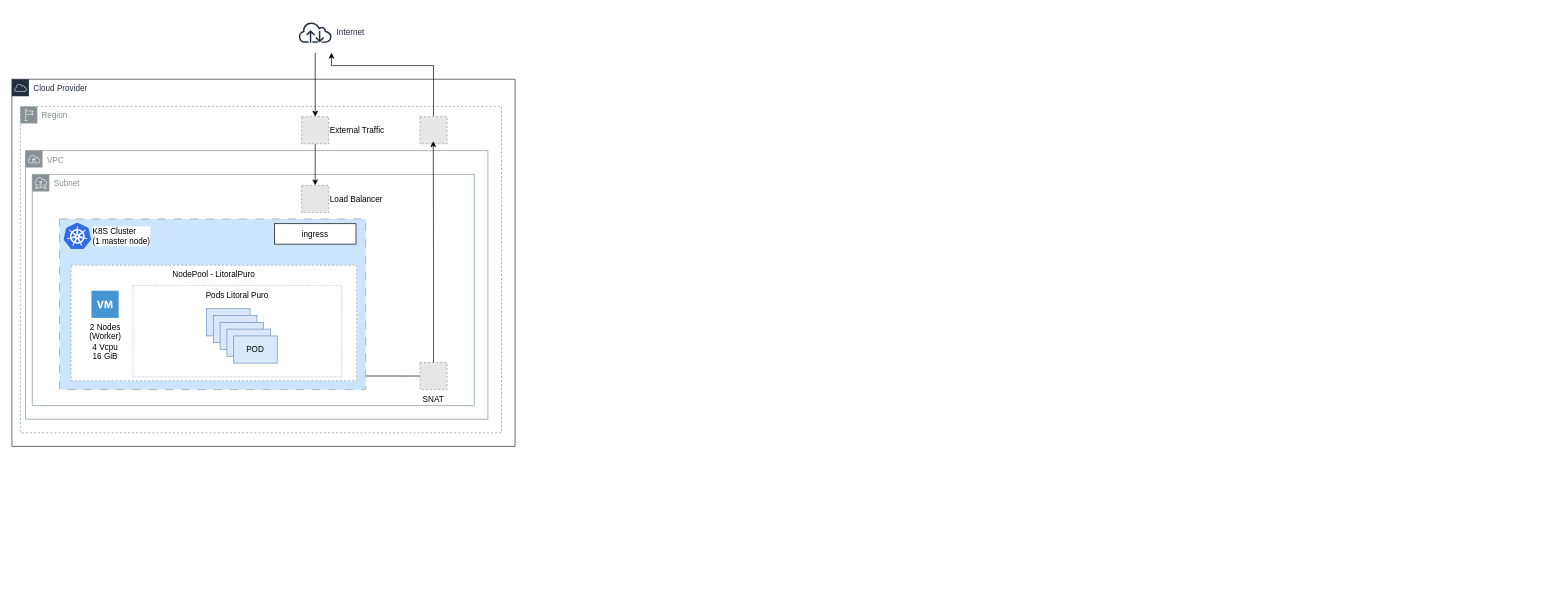
Above: page "Arquitetura" (1 of 3) of src/drawio/Arquitetura.drawio in Hatz-D/Litoral-Puro-RJ (draw.io), before the change. Source tidied: cells renumbered, new cells numbered last; positions are measured from the earlier drawing's top-left corner, leaving out a move shared by most shapes. Both pictures are drawn from the tidied source at 68%, with x=0, y=0 at pixel (12, 12). Pictures stored in the file or linked from it are replaced by grey dashed boxes.
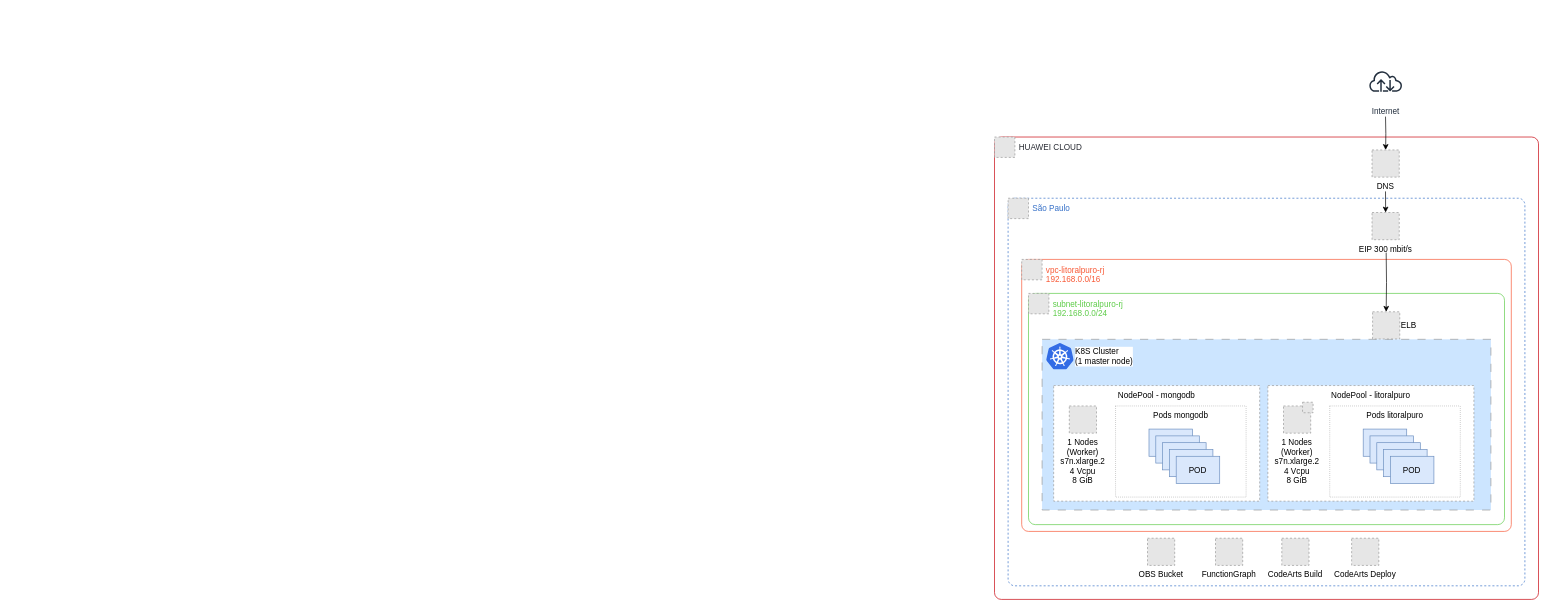
The same page after the edit.

Diff of the diagram source:
```diff
@@
-    <mxCell id="2" value="Region" style="sketch=0;gradientColor=none;html=1;whiteSpace=wrap;fontSize=12;fontStyle=0;shape=mxgraph.aws4.group;grIcon=mxgraph.aws4.group_region;strokeColor=#879196;fillColor=none;verticalAlign=top;align=left;spacingLeft=30;fontColor=#879196;dashed=1;" parent="1" vertex="1">
-      <mxGeometry x="12.4" y="139" width="707.6" height="480" as="geometry" />
-    </mxCell>
-    <mxCell id="3" value="Cloud Provider" style="gradientColor=none;html=1;whiteSpace=wrap;fontSize=12;fontStyle=0;shape=mxgraph.aws4.group;grIcon=mxgraph.aws4.group_aws_cloud;strokeColor=#232F3E;fillColor=none;verticalAlign=top;align=left;spacingLeft=30;fontColor=#232F3E;dashed=0;" parent="1" vertex="1">
-      <mxGeometry y="99" width="740" height="540" as="geometry" />
-    </mxCell>
-    <mxCell id="4" value="VPC" style="sketch=0;gradientColor=none;html=1;whiteSpace=wrap;fontSize=12;fontStyle=0;shape=mxgraph.aws4.group;grIcon=mxgraph.aws4.group_vpc;strokeColor=#879196;fillColor=none;verticalAlign=top;align=left;spacingLeft=30;fontColor=#879196;dashed=0;" parent="1" vertex="1">
-      <mxGeometry x="20" y="204" width="680" height="395" as="geometry" />
-    </mxCell>
-    <mxCell id="5" value="Subnet" style="sketch=0;gradientColor=none;html=1;whiteSpace=wrap;fontSize=12;fontStyle=0;shape=mxgraph.aws4.group;grIcon=mxgraph.aws4.group_subnet;strokeColor=#879196;fillColor=none;verticalAlign=top;align=left;spacingLeft=30;fontColor=#879196;dashed=0;" parent="1" vertex="1">
-      <mxGeometry x="30" y="239" width="650" height="340" as="geometry" />
-    </mxCell>
-    <mxCell id="6" style="rounded=0;whiteSpace=wrap;html=1;dashed=1;strokeColor=#999999;verticalAlign=top;dashPattern=12 12;fillColor=#CCE5FF;" parent="1" vertex="1">
-      <mxGeometry x="70" y="304.5" width="450.2" height="251" as="geometry" />
-    </mxCell>
-    <mxCell id="7" value="ingress" style="rounded=0;whiteSpace=wrap;html=1;" parent="1" vertex="1">
-      <mxGeometry x="386" y="311.5" width="120" height="30" as="geometry" />
-    </mxCell>
-    <mxCell id="8" value="NodePool - LitoralPuro" style="rounded=0;whiteSpace=wrap;html=1;dashed=1;strokeColor=#999999;verticalAlign=top;" parent="1" vertex="1">
-      <mxGeometry x="87" y="372.5" width="420.2" height="170" as="geometry" />
-    </mxCell>
-    <mxCell id="9" value="Pods Litoral Puro" style="rounded=0;whiteSpace=wrap;html=1;dashed=1;strokeColor=#999999;verticalAlign=top;dashPattern=1 2;" parent="1" vertex="1">
-      <mxGeometry x="178" y="402.5" width="307.2" height="134" as="geometry" />
-    </mxCell>
-    <mxCell id="10" style="rounded=0;whiteSpace=wrap;html=1;fillColor=#dae8fc;strokeColor=#6c8ebf;" parent="1" vertex="1">
-      <mxGeometry x="286.2" y="436.5" width="64" height="40" as="geometry" />
-    </mxCell>
-    <mxCell id="11" style="rounded=0;whiteSpace=wrap;html=1;fillColor=#dae8fc;strokeColor=#6c8ebf;" parent="1" vertex="1">
-      <mxGeometry x="296.2" y="446.5" width="64" height="40" as="geometry" />
-    </mxCell>
-    <mxCell id="12" style="rounded=0;whiteSpace=wrap;html=1;fillColor=#dae8fc;strokeColor=#6c8ebf;" parent="1" vertex="1">
-      <mxGeometry x="306.2" y="456.5" width="64" height="40" as="geometry" />
-    </mxCell>
-    <mxCell id="13" style="rounded=0;whiteSpace=wrap;html=1;fillColor=#dae8fc;strokeColor=#6c8ebf;" parent="1" vertex="1">
-      <mxGeometry x="316.2" y="466.5" width="64" height="40" as="geometry" />
-    </mxCell>
-    <mxCell id="14" value="POD" style="rounded=0;whiteSpace=wrap;html=1;fillColor=#dae8fc;strokeColor=#6c8ebf;" parent="1" vertex="1">
-      <mxGeometry x="326.2" y="476.5" width="64" height="40" as="geometry" />
-    </mxCell>
+    <mxCell id="27" value="&lt;span style=&quot;font-size: 12px;&quot;&gt;HUAWEI CLOUD&lt;/span&gt;" style="rounded=1;whiteSpace=wrap;html=1;fillColor=none;verticalAlign=top;align=left;spacingLeft=34;spacingTop=2;fontSize=12;fontStyle=0;fontColor=#282B33;strokeColor=#C7000B;fontFamily=Arial;absoluteArcSize=1;arcSize=20;" parent="1" vertex="1">
+      <mxGeometry x="1445" y="184" width="800" height="680" as="geometry" />
+    </mxCell>
+    <mxCell id="28" value="São Paulo" style="rounded=1;whiteSpace=wrap;html=1;fillColor=none;strokeColor=#3771c8;dashed=1;absoluteArcSize=1;imageHeight=24;arcSize=20;fontColor=#3771c8;verticalAlign=top;align=left;spacingLeft=34;fontFamily=Arial;spacingTop=2;" parent="1" vertex="1">
+      <mxGeometry x="1465" y="274" width="760" height="570" as="geometry" />
+    </mxCell>
+    <mxCell id="29" value="vpc-litoralpuro-rj&lt;div&gt;192.168.0.0/16&lt;/div&gt;" style="rounded=1;whiteSpace=wrap;html=1;fillColor=none;strokeColor=#f85835;absoluteArcSize=1;imageHeight=24;arcSize=20;fontColor=#f85835;verticalAlign=top;align=left;spacingLeft=34;fontFamily=Arial;spacingTop=2;" parent="1" vertex="1">
+      <mxGeometry x="1485" y="364" width="720" height="400" as="geometry" />
+    </mxCell>
+    <mxCell id="30" value="subnet-litoralpuro-rj&lt;br&gt;&lt;div&gt;192.168.0.0/24&lt;/div&gt;" style="rounded=1;whiteSpace=wrap;html=1;fillColor=none;strokeColor=#5ecc49;absoluteArcSize=1;imageHeight=24;arcSize=20;fontColor=#5ecc49;verticalAlign=top;align=left;spacingLeft=34;fontFamily=Arial;spacingTop=2;" parent="1" vertex="1">
+      <mxGeometry x="1495" y="414" width="700" height="340" as="geometry" />
+    </mxCell>
+    <mxCell id="31" style="rounded=0;whiteSpace=wrap;html=1;dashed=1;strokeColor=#999999;verticalAlign=top;dashPattern=12 12;fillColor=#CCE5FF;" parent="1" vertex="1">
+      <mxGeometry x="1515" y="481.5" width="660" height="251" as="geometry" />
+    </mxCell>
+    <mxCell id="32" value="NodePool - litoralpuro" style="rounded=0;whiteSpace=wrap;html=1;dashed=1;strokeColor=#999999;verticalAlign=top;" parent="1" vertex="1">
+      <mxGeometry x="1847" y="549.5" width="303" height="170" as="geometry" />
+    </mxCell>
+    <mxCell id="33" value="Pods litoralpuro" style="rounded=0;whiteSpace=wrap;html=1;dashed=1;strokeColor=#999999;verticalAlign=top;dashPattern=1 2;" parent="1" vertex="1">
+      <mxGeometry x="1938" y="579.5" width="192" height="134" as="geometry" />
+    </mxCell>
+    <mxCell id="34" style="rounded=0;whiteSpace=wrap;html=1;fillColor=#dae8fc;strokeColor=#6c8ebf;" parent="1" vertex="1">
+      <mxGeometry x="1987.2" y="613.5" width="64" height="40" as="geometry" />
+    </mxCell>
+    <mxCell id="35" style="rounded=0;whiteSpace=wrap;html=1;fillColor=#dae8fc;strokeColor=#6c8ebf;" parent="1" vertex="1">
+      <mxGeometry x="1997.2" y="623.5" width="64" height="40" as="geometry" />
+    </mxCell>
+    <mxCell id="36" style="rounded=0;whiteSpace=wrap;html=1;fillColor=#dae8fc;strokeColor=#6c8ebf;" parent="1" vertex="1">
+      <mxGeometry x="2007.2" y="633.5" width="64" height="40" as="geometry" />
+    </mxCell>
+    <mxCell id="37" style="rounded=0;whiteSpace=wrap;html=1;fillColor=#dae8fc;strokeColor=#6c8ebf;" parent="1" vertex="1">
+      <mxGeometry x="2017.2" y="643.5" width="64" height="40" as="geometry" />
+    </mxCell>
+    <mxCell id="38" value="POD" style="rounded=0;whiteSpace=wrap;html=1;fillColor=#dae8fc;strokeColor=#6c8ebf;" parent="1" vertex="1">
+      <mxGeometry x="2027.2" y="653.5" width="64" height="40" as="geometry" />
+    </mxCell>
+    <mxCell id="39" value="1 Nodes&#10;(Worker)&#10;s7n.xlarge.2&#10;4 Vcpu&#10;8 GiB" style="fillColor=#E6E6E6;strokeColor=#999999;dashed=1;verticalLabelPosition=bottom;verticalAlign=top;" parent="1" vertex="1">
+      <mxGeometry x="1870" y="579.5" width="40" height="40" as="geometry" />
+    </mxCell>
+    <mxCell id="40" style="edgeStyle=orthogonalEdgeStyle;rounded=0;jettySize=auto;html=1;entryX=0.5;entryY=0;entryDx=0;entryDy=0;" parent="1" edge="1" target="59">
+      <mxGeometry relative="1" as="geometry">
+        <mxPoint x="2021" y="354" as="sourcePoint" />
+      </mxGeometry>
+    </mxCell>
+    <mxCell id="41" value="EIP 300 mbit/s" style="fillColor=#E6E6E6;strokeColor=#999999;dashed=1;verticalLabelPosition=bottom;verticalAlign=top;" parent="1" vertex="1">
+      <mxGeometry x="2000.2" y="295" width="40" height="40" as="geometry" />
+    </mxCell>
+    <mxCell id="42" style="edgeStyle=orthogonalEdgeStyle;rounded=0;jettySize=auto;html=1;entryX=0.5;entryY=0;entryDx=0;entryDy=0;" parent="1" edge="1" target="48">
+      <mxGeometry relative="1" as="geometry">
+        <mxPoint x="2020" y="154" as="sourcePoint" />
+      </mxGeometry>
+    </mxCell>
+    <mxCell id="20" value="Internet" style="sketch=0;outlineConnect=0;fontColor=#232F3E;gradientColor=none;strokeColor=#232F3E;fillColor=#ffffff;dashed=0;verticalLabelPosition=bottom;verticalAlign=top;align=center;html=1;fontSize=12;fontStyle=0;shape=mxgraph.aws4.resourceIcon;resIcon=mxgraph.aws4.internet;" parent="1" vertex="1">
+      <mxGeometry x="1990.2" y="72" width="60" height="60" as="geometry" />
+    </mxCell>
+    <mxCell id="43" value="FunctionGraph" style="fillColor=#E6E6E6;strokeColor=#999999;dashed=1;verticalLabelPosition=bottom;verticalAlign=top;" parent="1" vertex="1">
+      <mxGeometry x="1770" y="774" width="40" height="40" as="geometry" />
+    </mxCell>
+    <mxCell id="44" value="OBS Bucket" style="fillColor=#E6E6E6;strokeColor=#999999;dashed=1;verticalLabelPosition=bottom;verticalAlign=top;" parent="1" vertex="1">
+      <mxGeometry x="1670" y="774" width="40" height="40" as="geometry" />
+    </mxCell>
+    <mxCell id="45" style="fillColor=#E6E6E6;strokeColor=#999999;dashed=1;verticalLabelPosition=bottom;labelBackgroundColor=default;verticalAlign=top;" parent="1" vertex="1">
+      <mxGeometry x="1445" y="184" width="30" height="30" as="geometry" />
+    </mxCell>
+    <mxCell id="46" style="fillColor=#E6E6E6;strokeColor=#999999;dashed=1;verticalLabelPosition=bottom;labelBackgroundColor=default;verticalAlign=top;" parent="1" vertex="1">
+      <mxGeometry x="1465" y="274" width="30" height="30" as="geometry" />
+    </mxCell>
+    <mxCell id="47" style="edgeStyle=orthogonalEdgeStyle;rounded=0;jettySize=auto;html=1;entryX=0.5;entryY=0;entryDx=0;entryDy=0;" parent="1" edge="1" target="41">
+      <mxGeometry relative="1" as="geometry">
+        <mxPoint x="2020" y="264" as="sourcePoint" />
+      </mxGeometry>
+    </mxCell>
+    <mxCell id="48" value="DNS" style="fillColor=#E6E6E6;strokeColor=#999999;dashed=1;verticalLabelPosition=bottom;verticalAlign=top;" parent="1" vertex="1">
+      <mxGeometry x="2000.2" y="203" width="40" height="40" as="geometry" />
+    </mxCell>
+    <mxCell id="49" style="fillColor=#E6E6E6;strokeColor=#999999;dashed=1;verticalLabelPosition=bottom;labelBackgroundColor=default;verticalAlign=top;" parent="1" vertex="1">
+      <mxGeometry x="1485" y="364" width="30" height="30" as="geometry" />
+    </mxCell>
+    <mxCell id="50" style="fillColor=#E6E6E6;strokeColor=#999999;dashed=1;verticalLabelPosition=bottom;labelBackgroundColor=default;verticalAlign=top;" parent="1" vertex="1">
+      <mxGeometry x="1495" y="414" width="30" height="30" as="geometry" />
+    </mxCell>
+    <mxCell id="51" value="NodePool - mongodb" style="rounded=0;whiteSpace=wrap;html=1;dashed=1;strokeColor=#999999;verticalAlign=top;" parent="1" vertex="1">
+      <mxGeometry x="1532" y="549.5" width="303" height="170" as="geometry" />
+    </mxCell>
+    <mxCell id="52" value="Pods mongodb" style="rounded=0;whiteSpace=wrap;html=1;dashed=1;strokeColor=#999999;verticalAlign=top;dashPattern=1 2;" parent="1" vertex="1">
+      <mxGeometry x="1623" y="579.5" width="192" height="134" as="geometry" />
+    </mxCell>
+    <mxCell id="53" style="rounded=0;whiteSpace=wrap;html=1;fillColor=#dae8fc;strokeColor=#6c8ebf;" parent="1" vertex="1">
+      <mxGeometry x="1672.2" y="613.5" width="64" height="40" as="geometry" />
+    </mxCell>
+    <mxCell id="54" style="rounded=0;whiteSpace=wrap;html=1;fillColor=#dae8fc;strokeColor=#6c8ebf;" parent="1" vertex="1">
+      <mxGeometry x="1682.2" y="623.5" width="64" height="40" as="geometry" />
+    </mxCell>
+    <mxCell id="55" style="rounded=0;whiteSpace=wrap;html=1;fillColor=#dae8fc;strokeColor=#6c8ebf;" parent="1" vertex="1">
+      <mxGeometry x="1692.2" y="633.5" width="64" height="40" as="geometry" />
+    </mxCell>
+    <mxCell id="56" style="rounded=0;whiteSpace=wrap;html=1;fillColor=#dae8fc;strokeColor=#6c8ebf;" parent="1" vertex="1">
+      <mxGeometry x="1702.2" y="643.5" width="64" height="40" as="geometry" />
+    </mxCell>
+    <mxCell id="57" value="POD" style="rounded=0;whiteSpace=wrap;html=1;fillColor=#dae8fc;strokeColor=#6c8ebf;" parent="1" vertex="1">
+      <mxGeometry x="1712.2" y="653.5" width="64" height="40" as="geometry" />
+    </mxCell>
     <mxCell id="15" value="&lt;div style=&quot;&quot;&gt;K8S Cluster&amp;nbsp;&lt;/div&gt;&lt;div style=&quot;&quot;&gt;(1 master node)&lt;/div&gt;" style="image;sketch=0;html=1;align=left;fontSize=12;image=img/lib/mscae/Kubernetes.svg;labelPosition=right;verticalLabelPosition=middle;verticalAlign=middle;" parent="1" vertex="1">
-      <mxGeometry x="76.4" y="310.5" width="40.6" height="39" as="geometry" />
+      <mxGeometry x="1521.4" y="487.5" width="40.6" height="39" as="geometry" />
     </mxCell>
-    <mxCell id="16" value="Load Balancer" style="fillColor=#E6E6E6;strokeColor=#999999;dashed=1;verticalLabelPosition=middle;verticalAlign=middle;labelPosition=right;align=left;" parent="1" vertex="1">
-      <mxGeometry x="426" y="255" width="40" height="40" as="geometry" />
-    </mxCell>
-    <mxCell id="17" style="edgeStyle=orthogonalEdgeStyle;rounded=0;jettySize=auto;html=1;entryX=0.5;entryY=0;entryDx=0;entryDy=0;" parent="1" edge="1" source="18" target="16">
-      <mxGeometry relative="1" as="geometry" />
-    </mxCell>
-    <mxCell id="18" value="External Traffic" style="fillColor=#E6E6E6;strokeColor=#999999;dashed=1;verticalLabelPosition=middle;verticalAlign=middle;labelPosition=right;align=left;" parent="1" vertex="1">
-      <mxGeometry x="426" y="154" width="40" height="40" as="geometry" />
-    </mxCell>
-    <mxCell id="19" style="edgeStyle=orthogonalEdgeStyle;rounded=0;jettySize=auto;html=1;entryX=0.5;entryY=0;entryDx=0;entryDy=0;" parent="1" edge="1" source="20" target="18">
-      <mxGeometry relative="1" as="geometry" />
-    </mxCell>
-    <mxCell id="20" value="Internet" style="sketch=0;outlineConnect=0;fontColor=#232F3E;gradientColor=none;strokeColor=#232F3E;fillColor=#ffffff;dashed=0;verticalLabelPosition=middle;verticalAlign=middle;align=left;html=1;fontSize=12;fontStyle=0;shape=mxgraph.aws4.resourceIcon;resIcon=mxgraph.aws4.internet;labelPosition=right;" parent="1" vertex="1">
-      <mxGeometry x="416" width="60" height="60" as="geometry" />
-    </mxCell>
-    <mxCell id="21" value="2 Nodes&lt;br style=&quot;padding: 0px; margin: 0px;&quot;&gt;(Worker)&lt;br style=&quot;padding: 0px; margin: 0px;&quot;&gt;4 Vcpu&lt;br style=&quot;padding: 0px; margin: 0px;&quot;&gt;16 GiB" style="shadow=0;dashed=0;html=1;strokeColor=none;fillColor=#4495D1;labelPosition=center;verticalLabelPosition=bottom;verticalAlign=top;align=center;shape=mxgraph.veeam.2d.virtual_machine;" parent="1" vertex="1">
-      <mxGeometry x="117" y="410" width="40" height="40" as="geometry" />
-    </mxCell>
-    <mxCell id="22" value="SNAT" style="fillColor=#E6E6E6;strokeColor=#999999;dashed=1;verticalLabelPosition=bottom;verticalAlign=top;" parent="1" vertex="1">
-      <mxGeometry x="600" y="515.5" width="40" height="40" as="geometry" />
-    </mxCell>
-    <mxCell id="23" style="edgeStyle=orthogonalEdgeStyle;rounded=0;jettySize=auto;html=1;" parent="1" edge="1" source="24" target="20">
-      <mxGeometry relative="1" as="geometry">
-        <Array as="points">
-          <mxPoint x="620" y="79" />
-          <mxPoint x="470" y="79" />
-        </Array>
-      </mxGeometry>
-    </mxCell>
-    <mxCell id="24" style="fillColor=#E6E6E6;strokeColor=#999999;dashed=1;verticalLabelPosition=middle;verticalAlign=middle;labelPosition=right;align=left;" parent="1" vertex="1">
-      <mxGeometry x="600" y="154" width="40" height="40" as="geometry" />
-    </mxCell>
-    <mxCell id="25" style="endArrow=none;html=1;rounded=0;entryX=0;entryY=0.5;entryDx=0;entryDy=0;exitX=1.002;exitY=0.92;exitDx=0;exitDy=0;exitPerimeter=0;" parent="1" edge="1" source="6" target="22">
-      <mxGeometry relative="1" as="geometry" />
-    </mxCell>
-    <mxCell id="26" style="edgeStyle=orthogonalEdgeStyle;rounded=0;jettySize=auto;html=1;entryX=0.492;entryY=0.902;entryDx=0;entryDy=0;entryPerimeter=0;" parent="1" edge="1" source="22" target="24">
-      <mxGeometry relative="1" as="geometry" />
-    </mxCell>
+    <mxCell id="58" value="1 Nodes&#10;(Worker)&#10;s7n.xlarge.2&#10;4 Vcpu&#10;8 GiB&#10;" style="fillColor=#E6E6E6;strokeColor=#999999;dashed=1;verticalLabelPosition=bottom;verticalAlign=top;" parent="1" vertex="1">
+      <mxGeometry x="1555" y="579.5" width="40" height="40" as="geometry" />
+    </mxCell>
+    <mxCell id="59" value="ELB" style="fillColor=#E6E6E6;strokeColor=#999999;dashed=1;verticalLabelPosition=middle;verticalAlign=middle;labelPosition=right;align=left;" parent="1" vertex="1">
+      <mxGeometry x="2001" y="441" width="40" height="40" as="geometry" />
+    </mxCell>
+    <mxCell id="60" style="fillColor=#E6E6E6;strokeColor=#999999;dashed=1;verticalLabelPosition=bottom;verticalAlign=top;" parent="1" vertex="1">
+      <mxGeometry x="1898" y="574" width="15.5" height="15.5" as="geometry" />
+    </mxCell>
+    <mxCell id="61" value="CodeArts Deploy" style="fillColor=#E6E6E6;strokeColor=#999999;dashed=1;verticalLabelPosition=bottom;verticalAlign=top;" parent="1" vertex="1">
+      <mxGeometry x="1970.2" y="774" width="40" height="40" as="geometry" />
+    </mxCell>
+    <mxCell id="62" value="CodeArts Build" style="fillColor=#E6E6E6;strokeColor=#999999;dashed=1;verticalLabelPosition=bottom;verticalAlign=top;" parent="1" vertex="1">
+      <mxGeometry x="1867.5" y="774" width="40" height="40" as="geometry" />
+    </mxCell>
```
